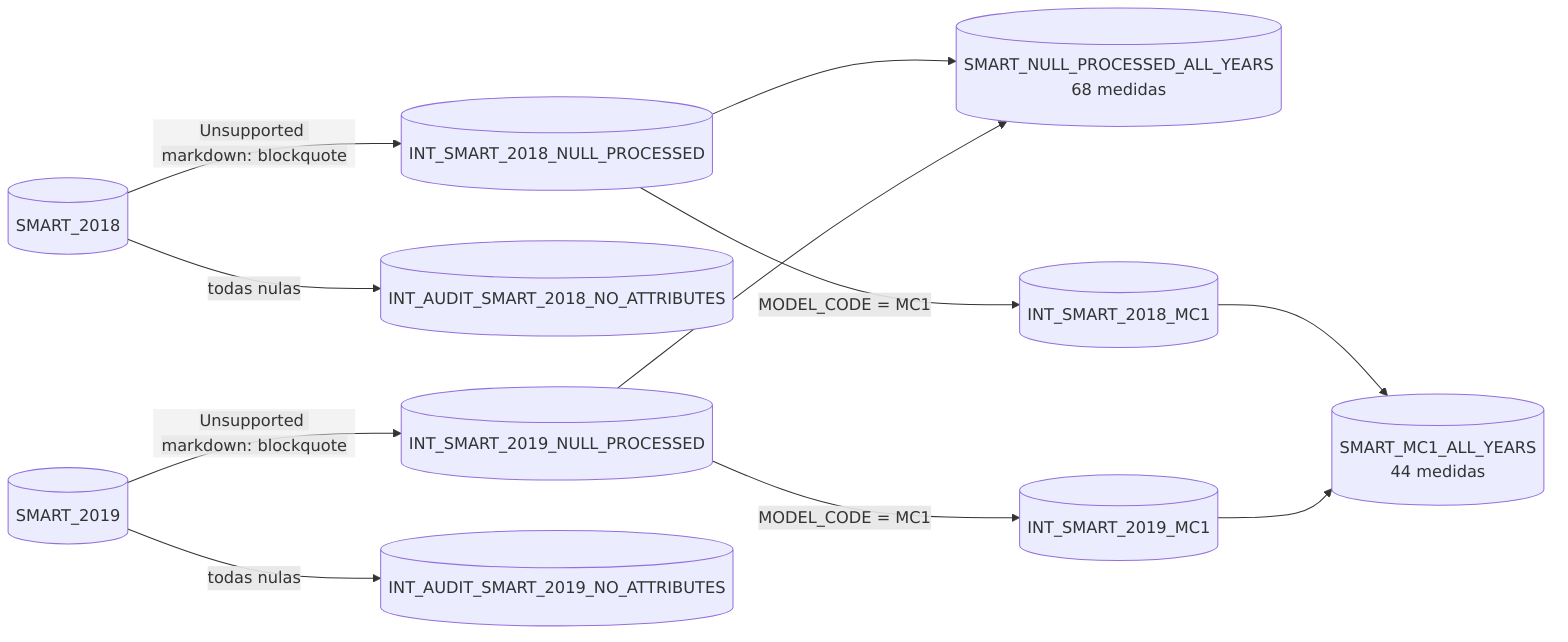
Above: src/main/psets/pset_2/docs/diagramas/04_flujo_silver.png in Volv1t3/Ciencia-De-Datos (Mermaid), before the change. Its source is kept beside it as src/main/psets/pset_2/docs/diagramas/04_flujo_silver.mmd. Source of this version:
```mermaid
flowchart LR
    S18[(SMART_2018)] -->|">=1 medición"| N18[(INT_SMART_2018_NULL_PROCESSED)]
    S18 -->|"todas nulas"| A18[(INT_AUDIT_SMART_2018_NO_ATTRIBUTES)]
    S19[(SMART_2019)] -->|">=1 medición"| N19[(INT_SMART_2019_NULL_PROCESSED)]
    S19 -->|"todas nulas"| A19[(INT_AUDIT_SMART_2019_NO_ATTRIBUTES)]
    N18 --> ALL[(SMART_NULL_PROCESSED_ALL_YEARS<br/>68 medidas)]
    N19 --> ALL
    N18 -->|"MODEL_CODE = MC1"| M18[(INT_SMART_2018_MC1)]
    N19 -->|"MODEL_CODE = MC1"| M19[(INT_SMART_2019_MC1)]
    M18 --> MC1[(SMART_MC1_ALL_YEARS<br/>44 medidas)]
    M19 --> MC1
```
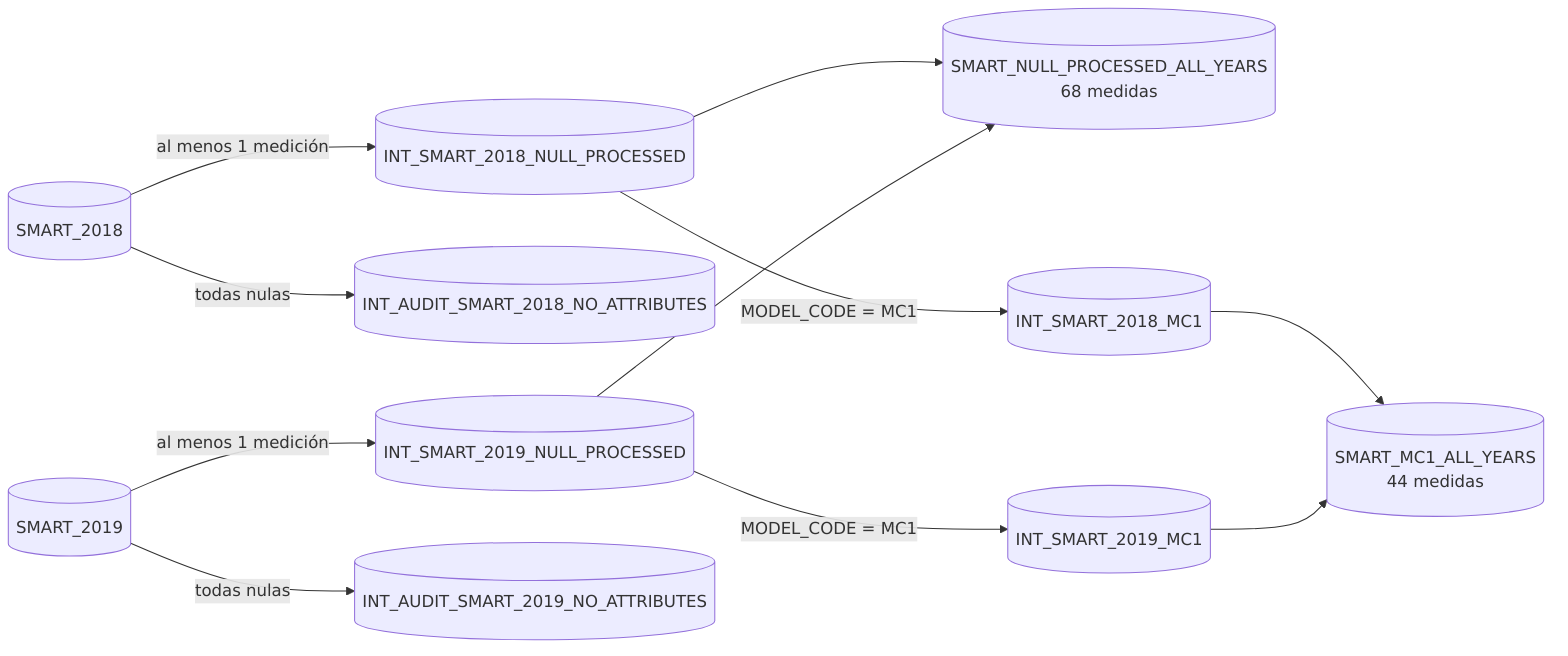
After the commit.

Commit message:
docs(pset2): regenerar diagrama de Silver

What changed in the source:
```diff
@@ -1,7 +1,7 @@
 flowchart LR
-    S18[(SMART_2018)] -->|">=1 medición"| N18[(INT_SMART_2018_NULL_PROCESSED)]
+    S18[(SMART_2018)] -->|"al menos 1 medición"| N18[(INT_SMART_2018_NULL_PROCESSED)]
     S18 -->|"todas nulas"| A18[(INT_AUDIT_SMART_2018_NO_ATTRIBUTES)]
-    S19[(SMART_2019)] -->|">=1 medición"| N19[(INT_SMART_2019_NULL_PROCESSED)]
+    S19[(SMART_2019)] -->|"al menos 1 medición"| N19[(INT_SMART_2019_NULL_PROCESSED)]
     S19 -->|"todas nulas"| A19[(INT_AUDIT_SMART_2019_NO_ATTRIBUTES)]
     N18 --> ALL[(SMART_NULL_PROCESSED_ALL_YEARS<br/>68 medidas)]
     N19 --> ALL
```
